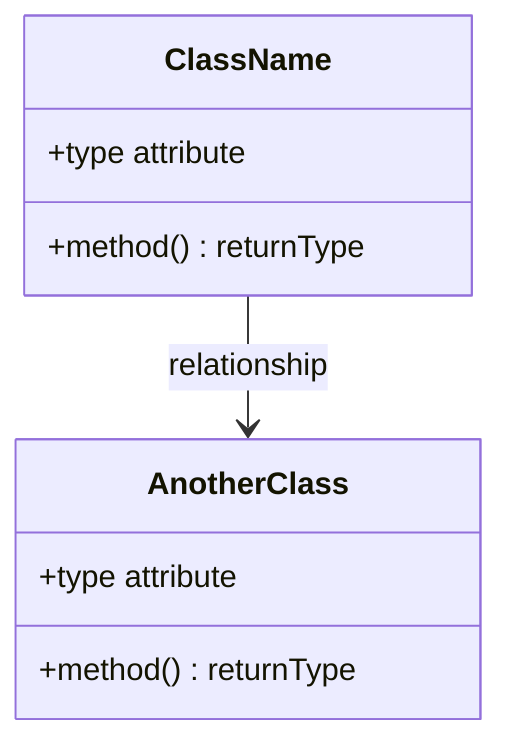
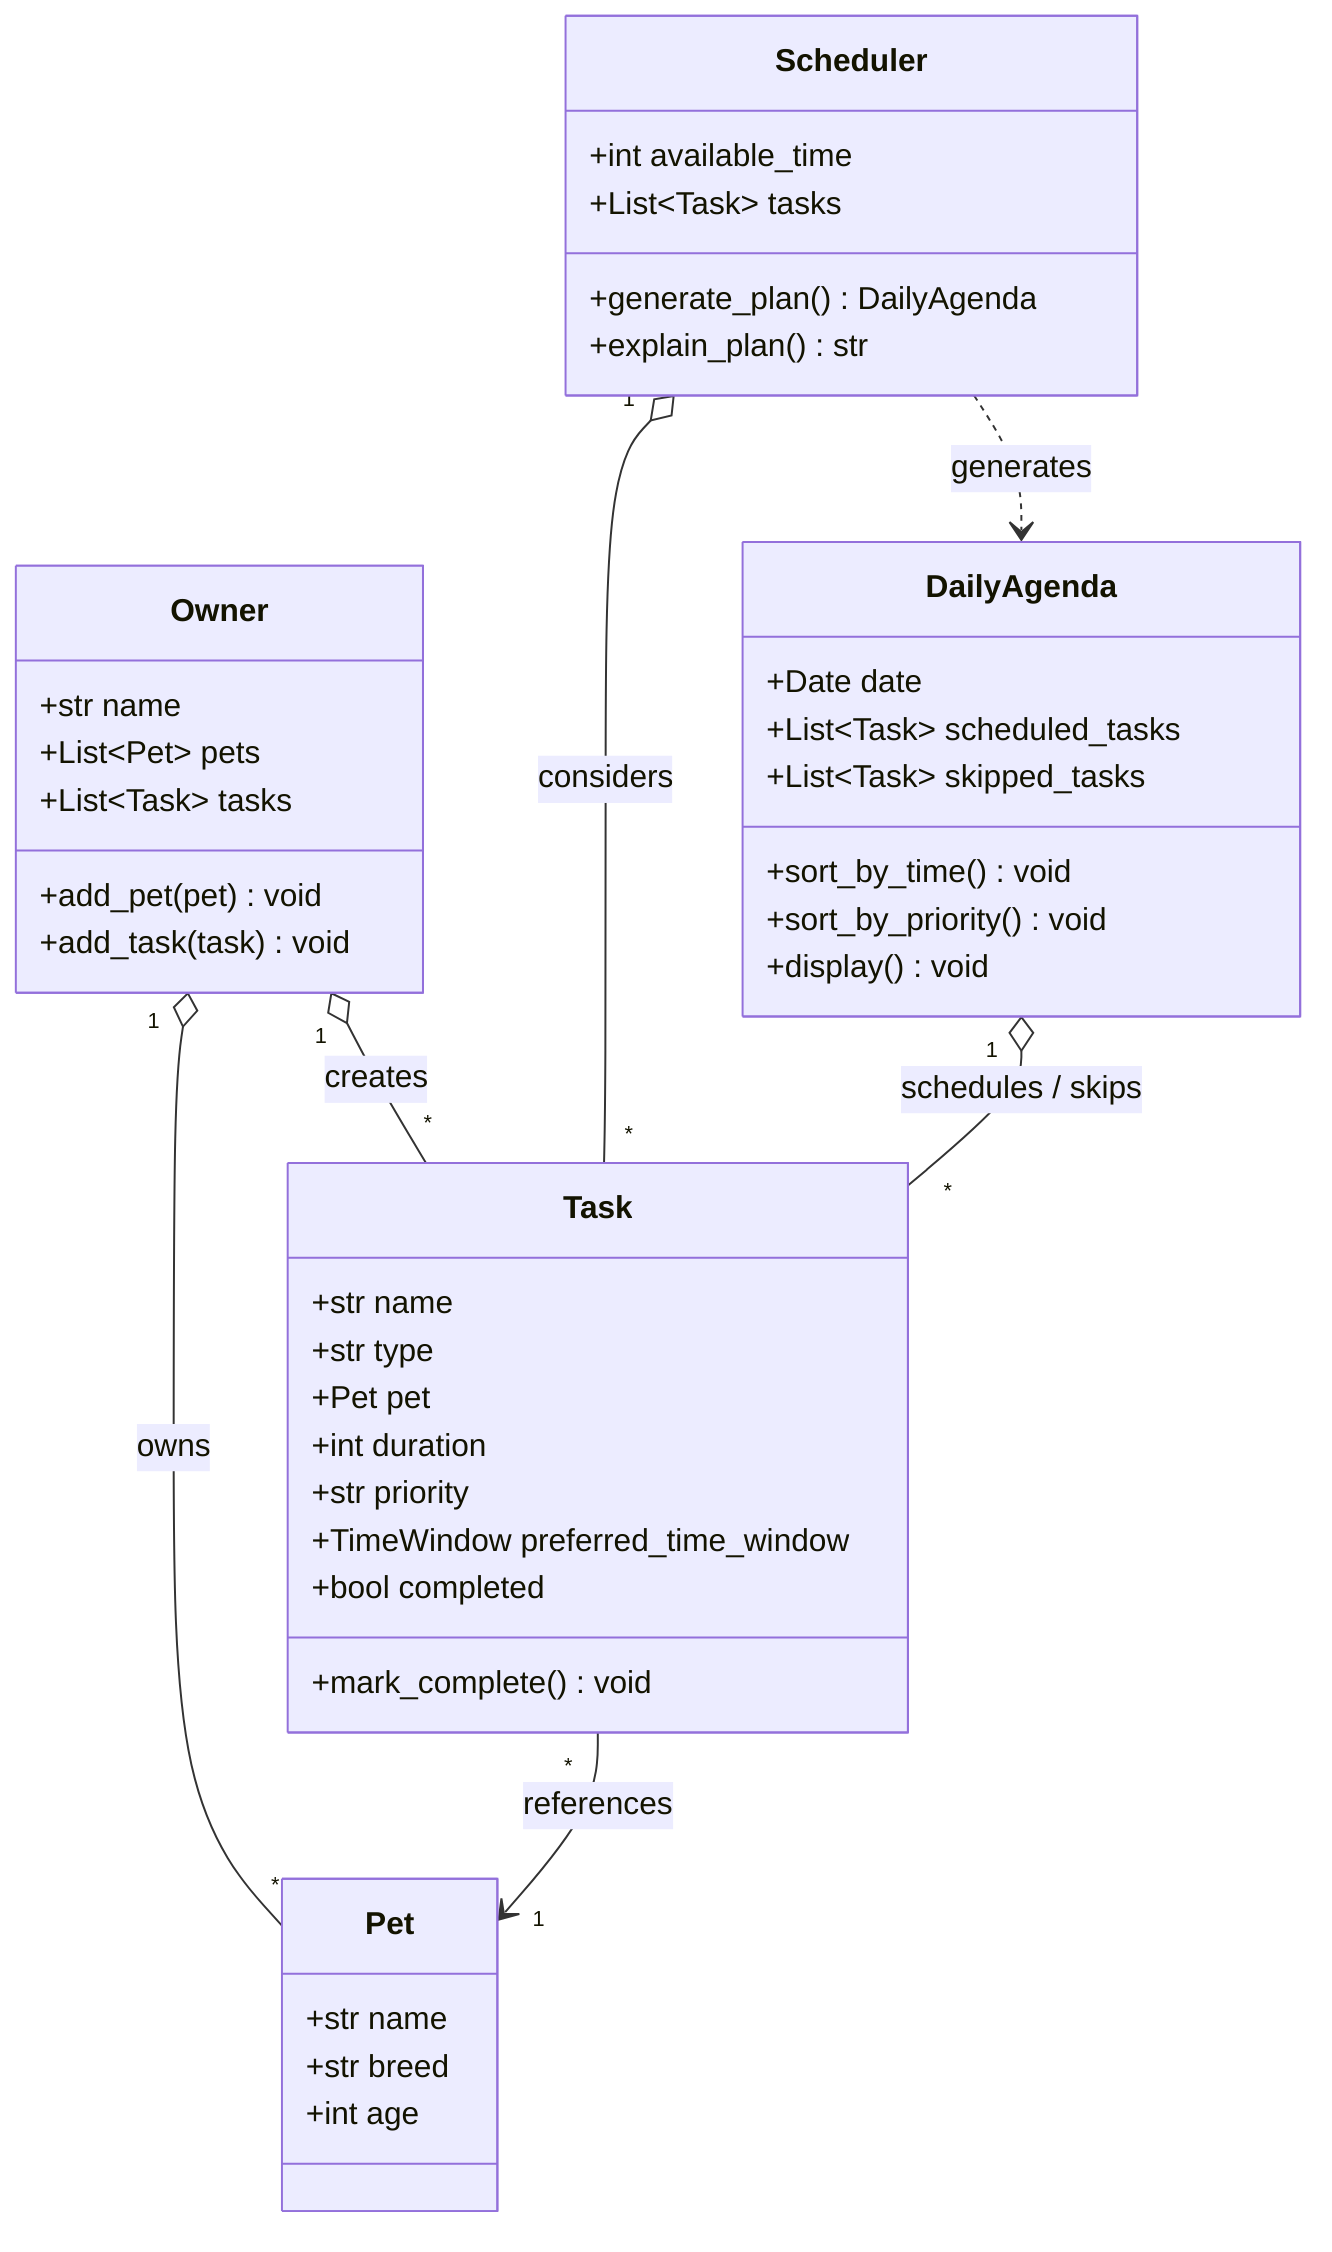
classDiagram
-     %% Replace the placeholders below with your actual classes, attributes, methods, and relationships.
-     %% Keep this file updated so it matches your final implementation.
+     %% PawPal+ initial design — derived from brainstormed classes in reflection.md

-     class ClassName {
-         +type attribute
-         +method() returnType
+     class Pet {
+         +str name
+         +str breed
+         +int age
    }

-     class AnotherClass {
-         +type attribute
-         +method() returnType
+     class Task {
+         +str name
+         +str type
+         +Pet pet
+         +int duration
+         +str priority
+         +TimeWindow preferred_time_window
+         +bool completed
+         +mark_complete() void
    }

-     ClassName --> AnotherClass : relationship
+     class Owner {
+         +str name
+         +List~Pet~ pets
+         +List~Task~ tasks
+         +add_pet(pet) void
+         +add_task(task) void
+     }
+ 
+     class Scheduler {
+         +int available_time
+         +List~Task~ tasks
+         +generate_plan() DailyAgenda
+         +explain_plan() str
+     }
+ 
+     class DailyAgenda {
+         +Date date
+         +List~Task~ scheduled_tasks
+         +List~Task~ skipped_tasks
+         +sort_by_time() void
+         +sort_by_priority() void
+         +display() void
+     }
+ 
+     Owner "1" o-- "*" Pet : owns
+     Owner "1" o-- "*" Task : creates
+     Task "*" --> "1" Pet : references
+     Scheduler "1" o-- "*" Task : considers
+     Scheduler ..> DailyAgenda : generates
+     DailyAgenda "1" o-- "*" Task : schedules / skips
